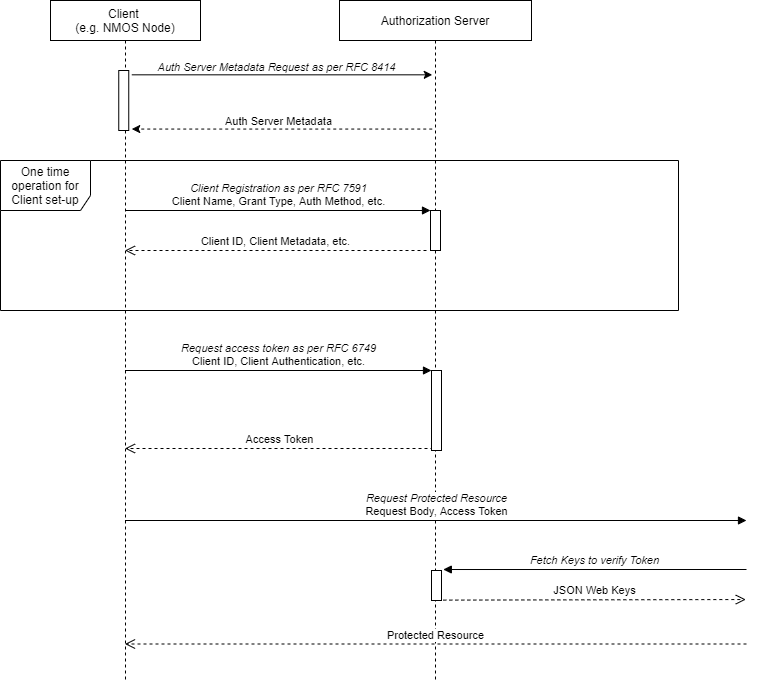
The draw.io diagram docs/images/client_credentials_flow.png in jonathan-r-thorpe/nmos-authorization-implementers-guide, before a commit. Source tidied: cells renumbered, new cells last; positions are measured from the earlier drawing's top-left corner, leaving out a move shared by most shapes.
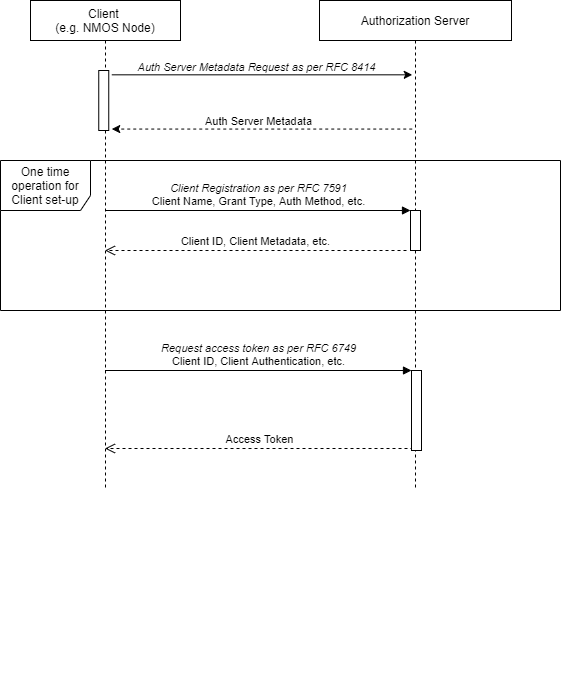
Later version of the same file.

What changed in the source:
```diff
@@ -3,10 +3,10 @@
     <mxCell id="0" />
     <mxCell id="1" parent="0" />
     <mxCell id="2" value="One time operation for Client set-up" style="shape=umlFrame;whiteSpace=wrap;html=1;width=90;height=50;" parent="1" vertex="1">
-      <mxGeometry y="160" width="678" height="150" as="geometry" />
+      <mxGeometry x="20" y="160" width="560" height="150" as="geometry" />
     </mxCell>
     <mxCell id="3" value="Authorization Server" style="shape=umlLifeline;perimeter=lifelinePerimeter;whiteSpace=wrap;html=1;" parent="1" vertex="1">
-      <mxGeometry x="339" width="192" height="680" as="geometry" />
+      <mxGeometry x="339" width="192" height="490" as="geometry" />
     </mxCell>
     <mxCell id="4" value="&lt;i&gt;Client Registration as per RFC 7591&lt;br&gt;&lt;/i&gt;Client Name, Grant Type, Auth Method, etc." style="html=1;verticalAlign=bottom;endArrow=block;entryX=0;entryY=0;" parent="1" edge="1" source="20" target="12">
       <mxGeometry relative="1" as="geometry" />
@@ -16,26 +16,6 @@
         <mxPoint x="426" y="250" as="sourcePoint" />
       </mxGeometry>
     </mxCell>
-    <mxCell id="6" value="Protected Resource" style="html=1;verticalAlign=bottom;endArrow=open;dashed=1;endSize=8;exitX=0;exitY=0.95;" parent="1" edge="1" target="20">
-      <mxGeometry relative="1" as="geometry">
-        <mxPoint x="746" y="643.5" as="sourcePoint" />
-      </mxGeometry>
-    </mxCell>
-    <mxCell id="7" value="&lt;i&gt;Request Protected Resource&lt;/i&gt;&lt;br&gt;Request Body, Access Token&lt;br&gt;" style="html=1;verticalAlign=bottom;endArrow=block;entryX=0;entryY=0;" parent="1" edge="1" source="20">
-      <mxGeometry relative="1" as="geometry">
-        <mxPoint x="746" y="520" as="targetPoint" />
-      </mxGeometry>
-    </mxCell>
-    <mxCell id="8" value="&lt;i&gt;Fetch Keys to verify Token&lt;/i&gt;" style="html=1;verticalAlign=bottom;endArrow=block;entryX=1.181;entryY=-0.033;entryPerimeter=0;" parent="1" edge="1" target="14">
-      <mxGeometry relative="1" as="geometry">
-        <mxPoint x="746" y="569" as="sourcePoint" />
-      </mxGeometry>
-    </mxCell>
-    <mxCell id="9" value="JSON Web Keys" style="html=1;verticalAlign=bottom;endArrow=open;dashed=1;endSize=8;exitX=1.183;exitY=0.987;exitPerimeter=0;entryX=-0.072;entryY=0.608;entryPerimeter=0;" parent="1" edge="1" source="14">
-      <mxGeometry relative="1" as="geometry">
-        <mxPoint x="745.3" y="599" as="targetPoint" />
-      </mxGeometry>
-    </mxCell>
     <mxCell id="10" value="Access Token" style="html=1;verticalAlign=bottom;endArrow=open;dashed=1;endSize=8;exitX=0.2;exitY=0.975;exitDx=0;exitDy=0;exitPerimeter=0;" parent="1" edge="1" source="13" target="20">
       <mxGeometry relative="1" as="geometry" />
     </mxCell>
@@ -48,9 +28,6 @@
     <mxCell id="13" style="html=1;points=[];perimeter=orthogonalPerimeter;" parent="1" vertex="1">
       <mxGeometry x="431" y="370" width="10" height="80" as="geometry" />
     </mxCell>
-    <mxCell id="14" style="html=1;points=[];perimeter=orthogonalPerimeter;" parent="1" vertex="1">
-      <mxGeometry x="431" y="570" width="10" height="30" as="geometry" />
-    </mxCell>
     <mxCell id="15" style="endArrow=classic;html=1;exitX=1.3;exitY=0.072;exitDx=0;exitDy=0;exitPerimeter=0;" parent="1" edge="1" source="21">
       <mxGeometry relative="1" as="geometry">
         <mxPoint x="431.8" y="74.3" as="targetPoint" />
@@ -75,7 +52,7 @@
       <mxGeometry x="50" width="150" height="680" as="geometry" />
     </mxCell>
     <mxCell id="20" value="Client &lt;br&gt;(e.g. NMOS Node)" style="shape=umlLifeline;perimeter=lifelinePerimeter;whiteSpace=wrap;html=1;outlineConnect=0;" parent="19" vertex="1">
-      <mxGeometry width="150" height="680" as="geometry" />
+      <mxGeometry width="150" height="490" as="geometry" />
     </mxCell>
     <mxCell id="21" style="html=1;points=[];perimeter=orthogonalPerimeter;" parent="19" vertex="1">
       <mxGeometry x="68.2" y="70" width="10" height="60" as="geometry" />
```
